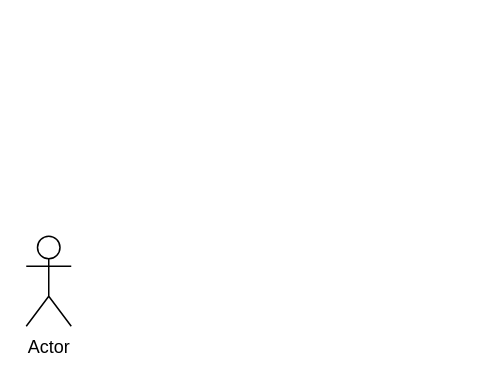
The draw.io diagram Design/Credit Points.drawio in sijan-acharya1/Credit-Points, before the edit. Source tidied: cells renumbered, new cells numbered last; positions are measured from the earlier drawing's top-left corner, leaving out a move shared by most shapes. Both pictures are drawn from the tidied source at 150%, with x=0, y=0 at pixel (26, 236).
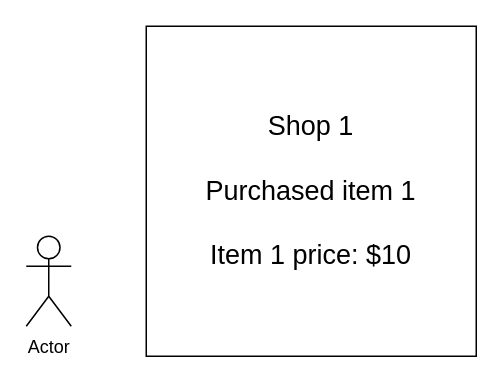
After the change.

Diff of the diagram source:
```diff
@@
 <mxGraphModel>
   <root>
     <mxCell id="0" />
     <mxCell id="1" parent="0" />
     <mxCell id="2" value="Actor" style="shape=umlActor;verticalLabelPosition=bottom;verticalAlign=top;html=1;" parent="1" vertex="1">
       <mxGeometry width="30" height="60" as="geometry" />
     </mxCell>
+    <mxCell id="3" value="&lt;font style=&quot;font-size: 18px;&quot;&gt;Shop 1&lt;/font&gt;&lt;div&gt;&lt;font style=&quot;font-size: 18px;&quot;&gt;&lt;br&gt;&lt;/font&gt;&lt;/div&gt;&lt;div&gt;&lt;span style=&quot;font-size: 18px;&quot;&gt;Purchased item 1&lt;/span&gt;&lt;/div&gt;&lt;div&gt;&lt;span style=&quot;font-size: 18px;&quot;&gt;&lt;br&gt;&lt;/span&gt;&lt;/div&gt;&lt;div&gt;&lt;span style=&quot;font-size: 18px;&quot;&gt;Item 1 price: $10&lt;/span&gt;&lt;/div&gt;" style="whiteSpace=wrap;html=1;" parent="1" vertex="1">
+      <mxGeometry x="80" y="-140" width="220" height="220" as="geometry" />
+    </mxCell>
   </root>
 </mxGraphModel>
```
